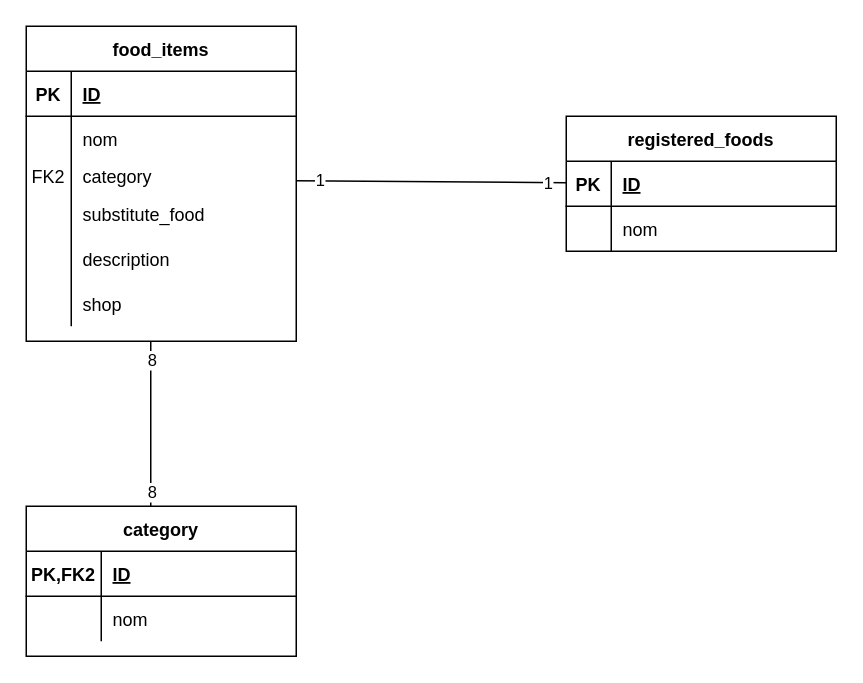
Above: page "Page-10" (10 of 10) of diagrammes réunis.drawio in robindauteuil/Diagramme_UML (draw.io), before the change. Source tidied: cells renumbered, new cells numbered last; positions are measured from the earlier drawing's top-left corner, leaving out a move shared by most shapes. Both pictures are drawn from the tidied source at 150%, with x=0, y=0 at pixel (26, 26).
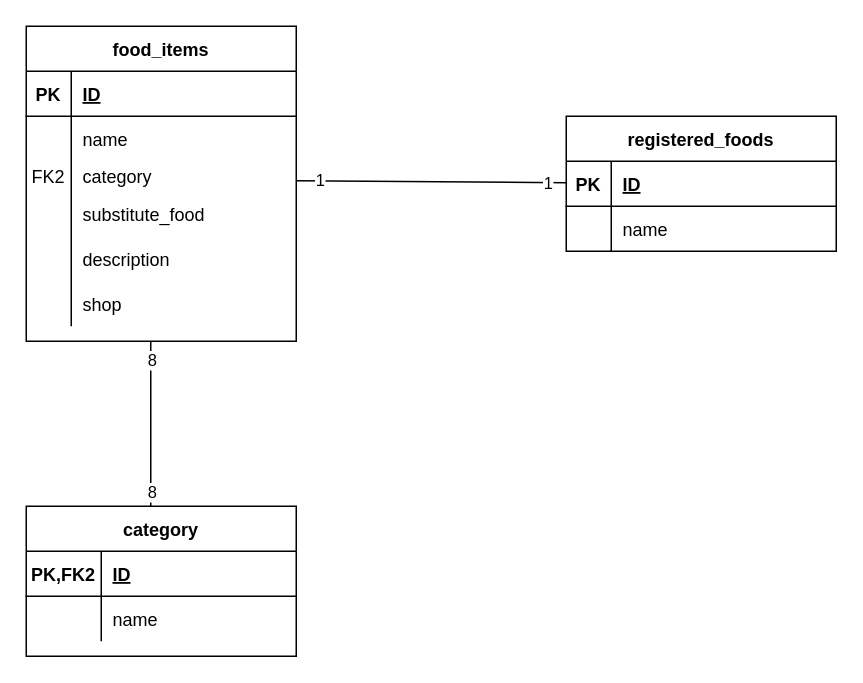
The same diagram, later.

The change refers to these unchanged cells:
```xml
<mxCell id="6" style="shape=partialRectangle;fillColor=none;top=0;left=0;bottom=0;right=0;" parent="2" vertex="1">
  <mxGeometry y="60" width="180" height="30" as="geometry" />
</mxCell>
<mxCell id="25" style="shape=partialRectangle;fillColor=none;top=0;left=0;bottom=0;right=0;" parent="21" vertex="1">
  <mxGeometry y="60" width="180" height="30" as="geometry" />
</mxCell>
<mxCell id="32" style="shape=partialRectangle;fillColor=none;top=0;left=0;bottom=0;right=0;" parent="28" vertex="1">
  <mxGeometry y="60" width="180" height="30" as="geometry" />
</mxCell>
```

Change to the diagram source:
```diff
@@
-    <mxCell id="8" value="nom" style="shape=partialRectangle;fillColor=none;top=0;left=0;bottom=0;right=0;align=left;spacingLeft=6;overflow=hidden;" parent="6" vertex="1">
+    <mxCell id="8" value="name" style="shape=partialRectangle;fillColor=none;top=0;left=0;bottom=0;right=0;align=left;spacingLeft=6;overflow=hidden;" parent="6" vertex="1">
       <mxGeometry x="30" width="150" height="30" as="geometry" />
     </mxCell>
@@
-    <mxCell id="27" value="nom" style="shape=partialRectangle;fillColor=none;top=0;left=0;bottom=0;right=0;align=left;spacingLeft=6;overflow=hidden;" parent="25" vertex="1">
+    <mxCell id="27" value="name" style="shape=partialRectangle;fillColor=none;top=0;left=0;bottom=0;right=0;align=left;spacingLeft=6;overflow=hidden;" parent="25" vertex="1">
       <mxGeometry x="30" width="150" height="30" as="geometry" />
     </mxCell>
@@
-    <mxCell id="34" value="nom" style="shape=partialRectangle;fillColor=none;top=0;left=0;bottom=0;right=0;align=left;spacingLeft=6;overflow=hidden;" parent="32" vertex="1">
+    <mxCell id="34" value="name" style="shape=partialRectangle;fillColor=none;top=0;left=0;bottom=0;right=0;align=left;spacingLeft=6;overflow=hidden;" parent="32" vertex="1">
       <mxGeometry x="50" width="130" height="30" as="geometry" />
     </mxCell>
```
